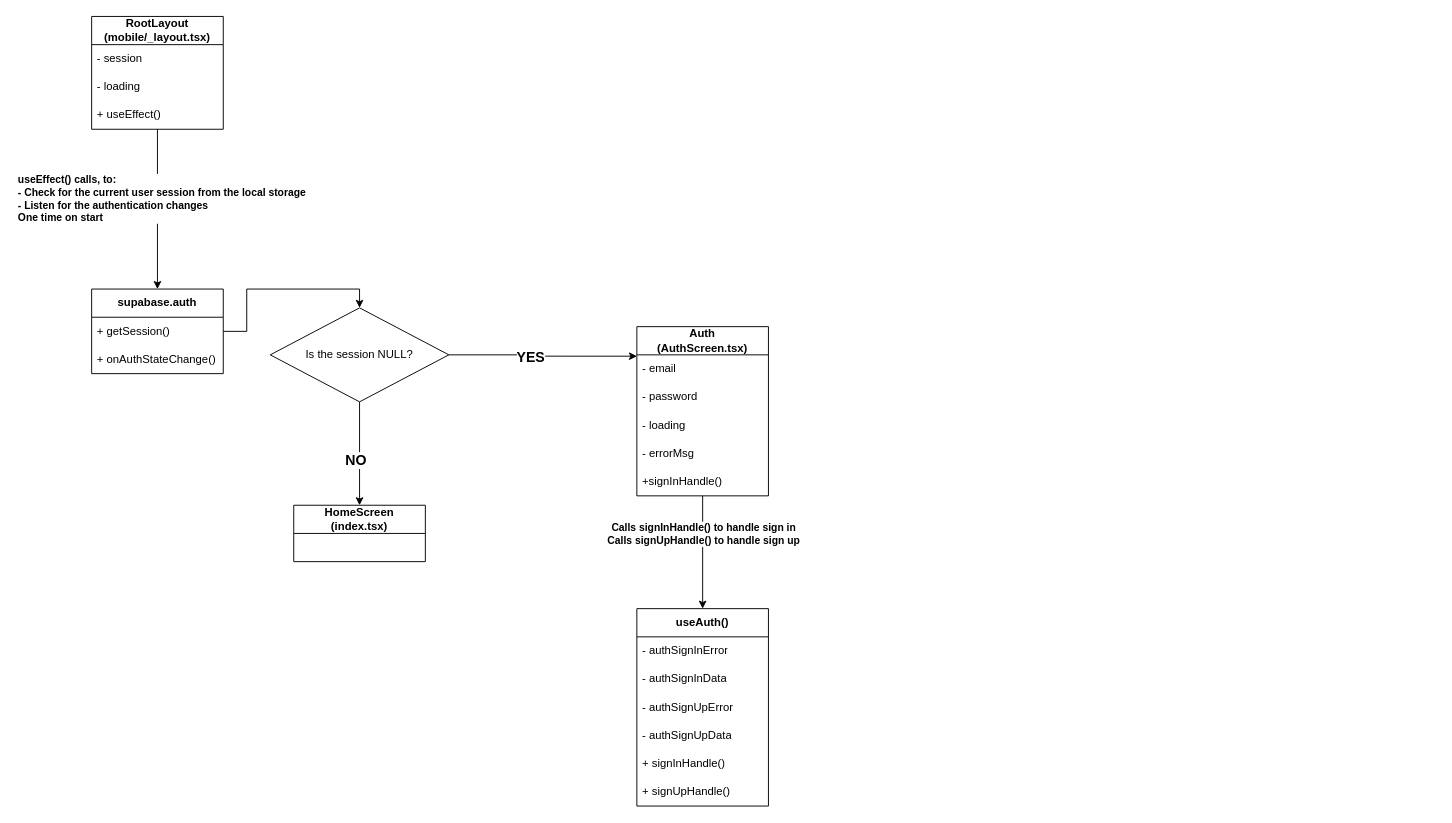
Earlier version of the draw.io diagram page "UML Class Diagram" (1 of 2) of Class_Diagram_Web.drawio (khanhsaan/SharedTimer_v1). Source tidied: cells renumbered, new cells numbered last; positions are measured from the earlier drawing's top-left corner, leaving out a move shared by most shapes. Both pictures are drawn from the tidied source at 94%, with x=0, y=0 at pixel (91, 16).
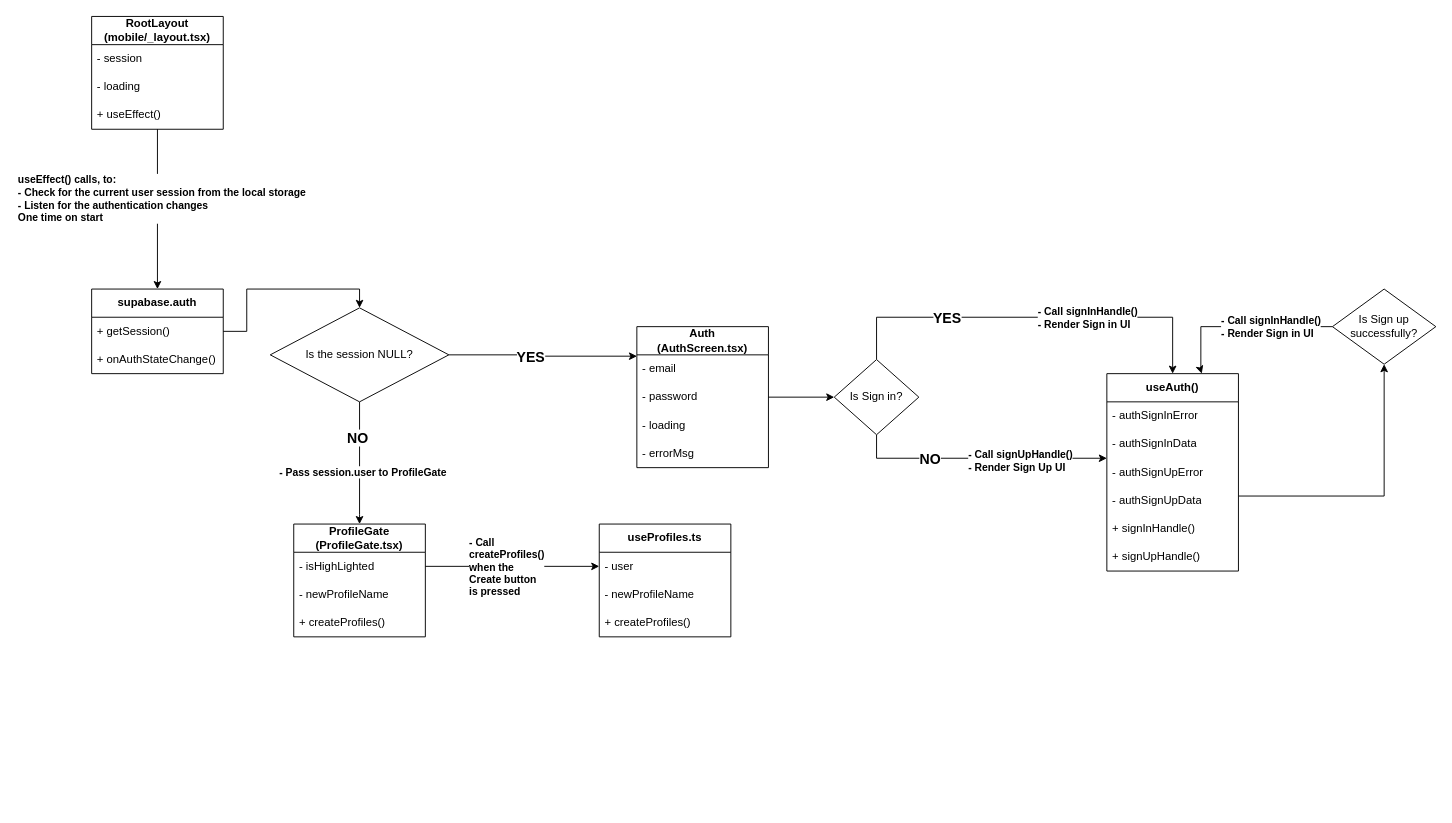
After the change.

Commit message (it also covers changes not shown here):
Create hook useProfiles, created createProfile, can create new profile and add to database

The change refers to these unchanged cells:
```xml
<mxCell id="12" value="- password" style="text;strokeColor=none;fillColor=none;align=left;verticalAlign=middle;spacingLeft=4;spacingRight=4;overflow=hidden;points=[[0,0.5],[1,0.5]];portConstraint=eastwest;whiteSpace=wrap;html=1;" parent="10" vertex="1">
  <mxGeometry y="60" width="140" height="30" as="geometry" />
</mxCell>
<mxCell id="22" value="Is the session NULL?" style="rhombus;whiteSpace=wrap;html=1;" parent="1" vertex="1">
  <mxGeometry x="190" y="310" width="190" height="100" as="geometry" />
</mxCell>
<mxCell id="30" value="- authSignUpData" style="text;strokeColor=none;fillColor=none;align=left;verticalAlign=middle;spacingLeft=4;spacingRight=4;overflow=hidden;points=[[0,0.5],[1,0.5]];portConstraint=eastwest;whiteSpace=wrap;html=1;" parent="26" vertex="1">
  <mxGeometry y="120" width="140" height="30" as="geometry" />
</mxCell>
```

What changed in the source:
```diff
@@
-    <mxCell id="8" style="edgeStyle=orthogonalEdgeStyle;rounded=0;jettySize=auto;html=1;entryX=0.5;entryY=0;entryDx=0;entryDy=0;" parent="1" edge="1" source="10" target="26">
-      <mxGeometry relative="1" as="geometry" />
-    </mxCell>
-    <mxCell id="9" value="&lt;b&gt;Calls signInHandle() to handle sign in&lt;/b&gt;&lt;div&gt;&lt;b&gt;Calls signUpHandle() to handle sign up&lt;/b&gt;&lt;/div&gt;" style="edgeLabel;html=1;align=center;verticalAlign=middle;" parent="8" vertex="1">
-      <mxGeometry x="-0.32" y="1" relative="1" as="geometry">
-        <mxPoint x="-1" y="-1" as="offset" />
-      </mxGeometry>
-    </mxCell>
     <mxCell id="10" value="Auth&lt;div&gt;(AuthScreen.tsx)&lt;/div&gt;" style="swimlane;fontStyle=1;horizontal=1;startSize=30;whiteSpace=wrap;html=1;" parent="1" vertex="1">
-      <mxGeometry x="580" y="330" width="140" height="180" as="geometry" />
+      <mxGeometry x="580" y="330" width="140" height="150" as="geometry" />
     </mxCell>
@@
-    <mxCell id="15" value="+signInHandle()" style="text;strokeColor=none;fillColor=none;align=left;verticalAlign=middle;spacingLeft=4;spacingRight=4;overflow=hidden;whiteSpace=wrap;html=1;" parent="10" vertex="1">
-      <mxGeometry y="150" width="140" height="30" as="geometry" />
-    </mxCell>
@@
-    <mxCell id="20" style="edgeStyle=orthogonalEdgeStyle;rounded=0;jettySize=auto;html=1;entryX=0.5;entryY=0;entryDx=0;entryDy=0;" parent="1" edge="1" source="22" target="25">
-      <mxGeometry relative="1" as="geometry" />
+    <mxCell id="20" style="edgeStyle=orthogonalEdgeStyle;rounded=0;jettySize=auto;html=1;entryX=0.5;entryY=0;entryDx=0;entryDy=0;" parent="1" edge="1" source="22" target="42">
+      <mxGeometry relative="1" as="geometry">
+        <Array as="points">
+          <mxPoint x="285" y="530" />
+        </Array>
+      </mxGeometry>
     </mxCell>
     <mxCell id="21" value="NO" style="edgeLabel;html=1;align=center;verticalAlign=middle;fontStyle=1;fontSize=15;" parent="20" vertex="1">
-      <mxGeometry x="0.11" y="-5" relative="1" as="geometry" />
+      <mxGeometry x="0.11" y="-5" relative="1" as="geometry">
+        <mxPoint x="2" y="-35" as="offset" />
+      </mxGeometry>
     </mxCell>
+    <mxCell id="33" value="- Pass session.user to ProfileGate" style="edgeLabel;html=1;align=left;verticalAlign=middle;fontStyle=1;" parent="20" vertex="1">
+      <mxGeometry x="0.29" y="-1" relative="1" as="geometry">
+        <mxPoint x="-86" y="-10" as="offset" />
+      </mxGeometry>
+    </mxCell>
@@
-    <mxCell id="25" value="HomeScreen&lt;br&gt;&lt;div&gt;(index.tsx)&lt;/div&gt;" style="swimlane;fontStyle=1;horizontal=1;startSize=30;whiteSpace=wrap;html=1;" parent="1" vertex="1">
-      <mxGeometry x="215" y="520" width="140" height="60" as="geometry" />
-    </mxCell>
     <mxCell id="26" value="useAuth()" style="swimlane;fontStyle=1;horizontal=1;startSize=30;whiteSpace=wrap;html=1;" parent="1" vertex="1">
-      <mxGeometry x="580" y="630" width="140" height="210" as="geometry" />
+      <mxGeometry x="1080" y="380" width="140" height="210" as="geometry" />
     </mxCell>
@@
+    <mxCell id="34" style="edgeStyle=orthogonalEdgeStyle;rounded=0;jettySize=auto;html=1;entryX=0.5;entryY=0;entryDx=0;entryDy=0;exitX=0.5;exitY=0;exitDx=0;exitDy=0;" parent="1" edge="1" source="41" target="26">
+      <mxGeometry relative="1" as="geometry">
+        <Array as="points">
+          <mxPoint x="835" y="320" />
+          <mxPoint x="1150" y="320" />
+        </Array>
+      </mxGeometry>
+    </mxCell>
+    <mxCell id="35" value="&lt;b&gt;&lt;font style=&quot;font-size: 15px;&quot;&gt;YES&lt;/font&gt;&lt;/b&gt;" style="edgeLabel;html=1;align=center;verticalAlign=middle;" parent="34" vertex="1">
+      <mxGeometry x="-0.17" y="-4" relative="1" as="geometry">
+        <mxPoint x="-55" y="-4" as="offset" />
+      </mxGeometry>
+    </mxCell>
+    <mxCell id="36" value="&lt;b&gt;- Call signInHandle()&lt;/b&gt;&lt;div&gt;&lt;b&gt;- Render Sign in UI&lt;/b&gt;&lt;/div&gt;" style="edgeLabel;html=1;align=left;verticalAlign=middle;" parent="34" vertex="1">
+      <mxGeometry x="0.61" y="3" relative="1" as="geometry">
+        <mxPoint x="-123" y="3" as="offset" />
+      </mxGeometry>
+    </mxCell>
+    <mxCell id="37" style="edgeStyle=orthogonalEdgeStyle;rounded=0;jettySize=auto;html=1;exitX=0.5;exitY=1;exitDx=0;exitDy=0;" parent="1" edge="1" source="41">
+      <mxGeometry relative="1" as="geometry">
+        <mxPoint x="1080" y="470" as="targetPoint" />
+        <Array as="points">
+          <mxPoint x="835" y="470" />
+          <mxPoint x="1080" y="470" />
+        </Array>
+      </mxGeometry>
+    </mxCell>
+    <mxCell id="38" value="NO" style="edgeLabel;html=1;align=center;verticalAlign=middle;fontSize=15;fontStyle=1;" parent="37" vertex="1">
+      <mxGeometry x="0.25" relative="1" as="geometry">
+        <mxPoint x="-88" as="offset" />
+      </mxGeometry>
+    </mxCell>
+    <mxCell id="39" value="- Call signUpHandle()&lt;div&gt;- Render Sign Up UI&lt;/div&gt;" style="edgeLabel;html=1;align=left;verticalAlign=middle;fontStyle=1;" parent="37" vertex="1">
+      <mxGeometry x="-0.01" y="-2" relative="1" as="geometry">
+        <mxPoint x="-13" as="offset" />
+      </mxGeometry>
+    </mxCell>
+    <mxCell id="40" style="edgeStyle=orthogonalEdgeStyle;rounded=0;jettySize=auto;html=1;entryX=0;entryY=0.5;entryDx=0;entryDy=0;" parent="1" edge="1" source="12" target="41">
+      <mxGeometry relative="1" as="geometry" />
+    </mxCell>
+    <mxCell id="41" value="Is Sign in?" style="rhombus;whiteSpace=wrap;html=1;" parent="1" vertex="1">
+      <mxGeometry x="790" y="365" width="90" height="80" as="geometry" />
+    </mxCell>
+    <mxCell id="42" value="ProfileGate&lt;div&gt;(ProfileGate.tsx)&lt;/div&gt;" style="swimlane;fontStyle=1;horizontal=1;startSize=30;whiteSpace=wrap;html=1;" parent="1" vertex="1">
+      <mxGeometry x="215" y="540" width="140" height="120" as="geometry" />
+    </mxCell>
+    <mxCell id="43" value="- isHighLighted" style="text;strokeColor=none;fillColor=none;align=left;verticalAlign=middle;spacingLeft=4;spacingRight=4;overflow=hidden;points=[[0,0.5],[1,0.5]];portConstraint=eastwest;whiteSpace=wrap;html=1;" parent="42" vertex="1">
+      <mxGeometry y="30" width="140" height="30" as="geometry" />
+    </mxCell>
+    <mxCell id="44" value="- newProfileName" style="text;strokeColor=none;fillColor=none;align=left;verticalAlign=middle;spacingLeft=4;spacingRight=4;overflow=hidden;whiteSpace=wrap;html=1;" parent="42" vertex="1">
+      <mxGeometry y="60" width="140" height="30" as="geometry" />
+    </mxCell>
+    <mxCell id="45" value="+ createProfiles()" style="text;strokeColor=none;fillColor=none;align=left;verticalAlign=middle;spacingLeft=4;spacingRight=4;overflow=hidden;whiteSpace=wrap;html=1;" parent="42" vertex="1">
+      <mxGeometry y="90" width="140" height="30" as="geometry" />
+    </mxCell>
+    <mxCell id="46" value="useProfiles.ts" style="swimlane;fontStyle=1;horizontal=1;startSize=30;whiteSpace=wrap;html=1;" parent="1" vertex="1">
+      <mxGeometry x="540" y="540" width="140" height="120" as="geometry" />
+    </mxCell>
+    <mxCell id="47" value="- user" style="text;strokeColor=none;fillColor=none;align=left;verticalAlign=middle;spacingLeft=4;spacingRight=4;overflow=hidden;points=[[0,0.5],[1,0.5]];portConstraint=eastwest;whiteSpace=wrap;html=1;" parent="46" vertex="1">
+      <mxGeometry y="30" width="140" height="30" as="geometry" />
+    </mxCell>
+    <mxCell id="48" value="- newProfileName" style="text;strokeColor=none;fillColor=none;align=left;verticalAlign=middle;spacingLeft=4;spacingRight=4;overflow=hidden;whiteSpace=wrap;html=1;" parent="46" vertex="1">
+      <mxGeometry y="60" width="140" height="30" as="geometry" />
+    </mxCell>
+    <mxCell id="49" value="+ createProfiles()" style="text;strokeColor=none;fillColor=none;align=left;verticalAlign=middle;spacingLeft=4;spacingRight=4;overflow=hidden;whiteSpace=wrap;html=1;" parent="46" vertex="1">
+      <mxGeometry y="90" width="140" height="30" as="geometry" />
+    </mxCell>
+    <mxCell id="50" style="edgeStyle=orthogonalEdgeStyle;rounded=0;jettySize=auto;html=1;entryX=0;entryY=0.5;entryDx=0;entryDy=0;" parent="1" edge="1" source="43" target="47">
+      <mxGeometry relative="1" as="geometry" />
+    </mxCell>
+    <mxCell id="51" value="&lt;b&gt;- Call createProfiles() when the Create button is pressed&lt;/b&gt;" style="edgeLabel;html=1;align=left;verticalAlign=middle;whiteSpace=wrap;" parent="50" vertex="1">
+      <mxGeometry x="-0.07" y="2" relative="1" as="geometry">
+        <mxPoint x="-41" y="2" as="offset" />
+      </mxGeometry>
+    </mxCell>
+    <mxCell id="52" style="edgeStyle=orthogonalEdgeStyle;rounded=0;jettySize=auto;html=1;entryX=0.721;entryY=0;entryDx=0;entryDy=0;entryPerimeter=0;exitX=0;exitY=0.5;exitDx=0;exitDy=0;" parent="1" edge="1" source="53" target="26">
+      <mxGeometry relative="1" as="geometry">
+        <Array as="points">
+          <mxPoint x="1180" y="330" />
+          <mxPoint x="1180" y="377" />
+          <mxPoint x="1181" y="377" />
+        </Array>
+      </mxGeometry>
+    </mxCell>
+    <mxCell id="53" value="Is Sign up successfully?" style="rhombus;whiteSpace=wrap;html=1;" parent="1" vertex="1">
+      <mxGeometry x="1320" y="290" width="110" height="80" as="geometry" />
+    </mxCell>
+    <mxCell id="54" style="edgeStyle=orthogonalEdgeStyle;rounded=0;jettySize=auto;html=1;exitX=1.001;exitY=0.34;exitDx=0;exitDy=0;exitPerimeter=0;" parent="1" edge="1" source="30" target="53">
+      <mxGeometry relative="1" as="geometry" />
+    </mxCell>
+    <mxCell id="55" value="&lt;b&gt;- Call signInHandle()&lt;/b&gt;&lt;div&gt;&lt;b&gt;- Render Sign in UI&lt;/b&gt;&lt;/div&gt;" style="edgeLabel;html=1;align=left;verticalAlign=middle;textShadow=0;" parent="1" vertex="1">
+      <mxGeometry x="1200" y="330" as="geometry" />
+    </mxCell>
```
